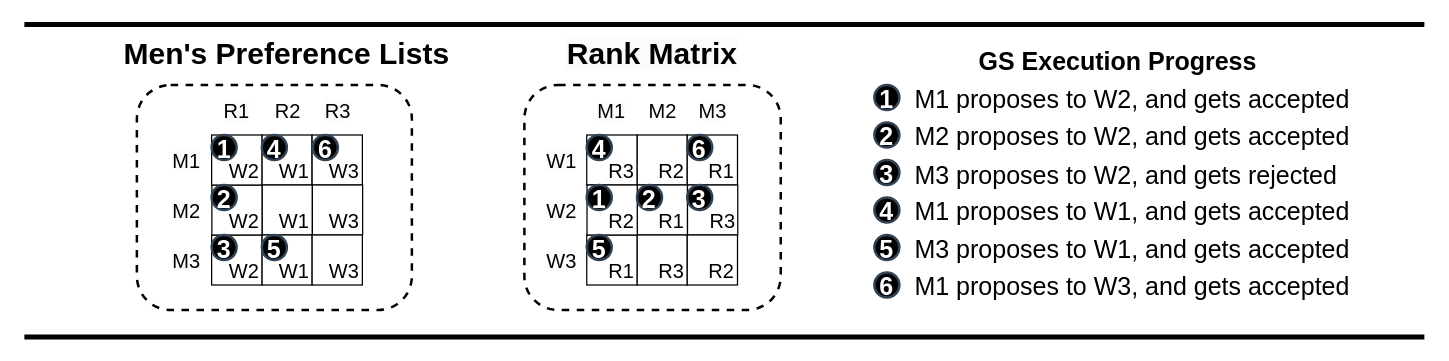
The draw.io diagram newGSExec.drawio in victorliu-sq/BambooSMP-Figures, before the edit. Source tidied: cells renumbered, new cells numbered last; positions are measured from the earlier drawing's top-left corner, leaving out a move shared by most shapes. Both pictures are drawn from the tidied source at 125%, with x=0, y=0 at pixel (24, 24).
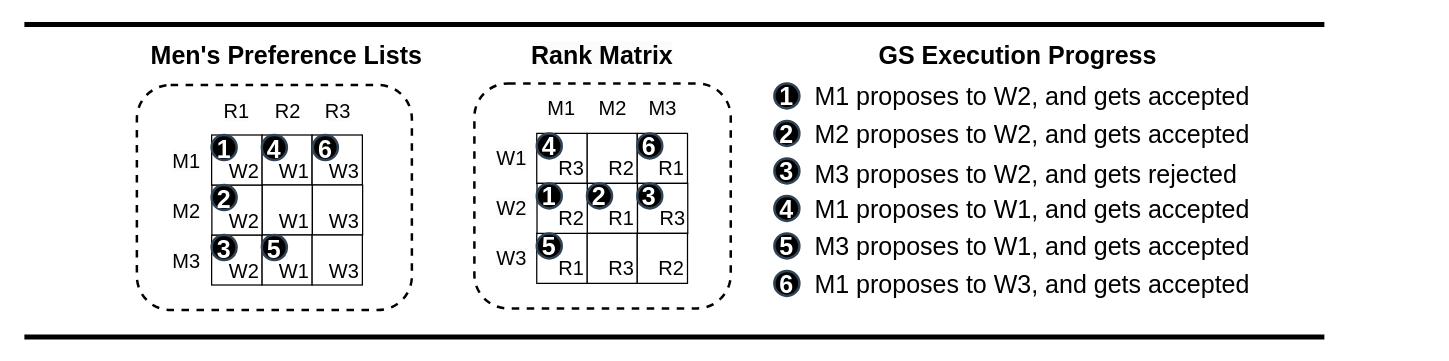
After the change.

Diff of the diagram source:
```diff
@@
     <mxCell id="3" style="rounded=1;whiteSpace=wrap;html=1;strokeWidth=2;dashed=1;" parent="1" vertex="1">
-      <mxGeometry x="400" y="48.5" width="205.1" height="180" as="geometry" />
+      <mxGeometry x="360" y="47.2" width="205.1" height="180" as="geometry" />
     </mxCell>
     <mxCell id="4" value="1" style="ellipse;whiteSpace=wrap;html=1;strokeColor=#314354;align=center;verticalAlign=middle;fontFamily=Helvetica;fontSize=20;fillColor=#000000;fontColor=#ffffff;fontStyle=1;strokeWidth=2;" parent="1" vertex="1">
-      <mxGeometry x="680" y="48.5" width="20" height="20" as="geometry" />
+      <mxGeometry x="600" y="47.2" width="20" height="20" as="geometry" />
     </mxCell>
     <mxCell id="5" value="2" style="ellipse;whiteSpace=wrap;html=1;strokeColor=#314354;align=center;verticalAlign=middle;fontFamily=Helvetica;fontSize=20;fillColor=#000000;fontColor=#ffffff;fontStyle=1;strokeWidth=2;" parent="1" vertex="1">
-      <mxGeometry x="680" y="78.5" width="20" height="20" as="geometry" />
+      <mxGeometry x="600" y="77.2" width="20" height="20" as="geometry" />
     </mxCell>
     <mxCell id="6" value="3" style="ellipse;whiteSpace=wrap;html=1;strokeColor=#314354;align=center;verticalAlign=middle;fontFamily=Helvetica;fontSize=20;fillColor=#000000;fontColor=#ffffff;fontStyle=1;strokeWidth=2;" parent="1" vertex="1">
-      <mxGeometry x="680" y="108.5" width="20" height="20" as="geometry" />
+      <mxGeometry x="600" y="107.2" width="20" height="20" as="geometry" />
     </mxCell>
     <mxCell id="7" value="4" style="ellipse;whiteSpace=wrap;html=1;strokeColor=#314354;align=center;verticalAlign=middle;fontFamily=Helvetica;fontSize=20;fillColor=#000000;fontColor=#ffffff;fontStyle=1;strokeWidth=2;" parent="1" vertex="1">
-      <mxGeometry x="680" y="138.5" width="20" height="20" as="geometry" />
+      <mxGeometry x="600" y="137.2" width="20" height="20" as="geometry" />
     </mxCell>
     <mxCell id="8" value="5" style="ellipse;whiteSpace=wrap;html=1;strokeColor=#314354;align=center;verticalAlign=middle;fontFamily=Helvetica;fontSize=20;fillColor=#000000;fontColor=#ffffff;fontStyle=1;strokeWidth=2;" parent="1" vertex="1">
-      <mxGeometry x="680" y="168.5" width="20" height="20" as="geometry" />
+      <mxGeometry x="600" y="167.2" width="20" height="20" as="geometry" />
     </mxCell>
     <mxCell id="9" value="6" style="ellipse;whiteSpace=wrap;html=1;strokeColor=#314354;align=center;verticalAlign=middle;fontFamily=Helvetica;fontSize=20;fillColor=#000000;fontColor=#ffffff;fontStyle=1;strokeWidth=2;" parent="1" vertex="1">
-      <mxGeometry x="680" y="198.5" width="20" height="20" as="geometry" />
+      <mxGeometry x="600" y="197.2" width="20" height="20" as="geometry" />
     </mxCell>
     <mxCell id="10" value="&lt;h1 style=&quot;font-size: 20px;&quot;&gt;&lt;span style=&quot;font-size: 20px; font-weight: 400;&quot;&gt;&amp;nbsp;M1 proposes to W2, and gets accepted&lt;/span&gt;&lt;/h1&gt;" style="text;strokeColor=none;align=left;fillColor=none;html=1;verticalAlign=middle;whiteSpace=wrap;rounded=0;fontFamily=Helvetica;fontSize=20;fontColor=default;" parent="1" vertex="1">
-      <mxGeometry x="705" y="43.5" width="405" height="30" as="geometry" />
+      <mxGeometry x="625" y="42.2" width="405" height="30" as="geometry" />
     </mxCell>
     <mxCell id="11" value="&lt;h1 style=&quot;font-size: 20px;&quot;&gt;&lt;span style=&quot;font-size: 20px; font-weight: 400;&quot;&gt;&amp;nbsp;M2 proposes to W2, and gets accepted&lt;/span&gt;&lt;/h1&gt;" style="text;strokeColor=none;align=left;fillColor=none;html=1;verticalAlign=middle;whiteSpace=wrap;rounded=0;fontFamily=Helvetica;fontSize=20;fontColor=default;" parent="1" vertex="1">
-      <mxGeometry x="705" y="73.5" width="365" height="30" as="geometry" />
+      <mxGeometry x="625" y="72.2" width="365" height="30" as="geometry" />
     </mxCell>
     <mxCell id="12" value="&lt;h1 style=&quot;font-size: 20px;&quot;&gt;&lt;span style=&quot;font-size: 20px; font-weight: 400;&quot;&gt;&amp;nbsp;M3 proposes to W2, and gets rejected&lt;/span&gt;&lt;/h1&gt;" style="text;strokeColor=none;align=left;fillColor=none;html=1;verticalAlign=middle;whiteSpace=wrap;rounded=0;fontFamily=Helvetica;fontSize=20;fontColor=default;" parent="1" vertex="1">
-      <mxGeometry x="705" y="105" width="365" height="30" as="geometry" />
+      <mxGeometry x="625" y="103.8" width="365" height="30" as="geometry" />
     </mxCell>
     <mxCell id="13" value="&lt;h1 style=&quot;font-size: 20px;&quot;&gt;&lt;span style=&quot;font-size: 20px; font-weight: 400;&quot;&gt;&amp;nbsp;M1 proposes to W1, and gets accepted&lt;/span&gt;&lt;/h1&gt;" style="text;strokeColor=none;align=left;fillColor=none;html=1;verticalAlign=middle;whiteSpace=wrap;rounded=0;fontFamily=Helvetica;fontSize=20;fontColor=default;" parent="1" vertex="1">
-      <mxGeometry x="705" y="133.5" width="365" height="30" as="geometry" />
+      <mxGeometry x="625" y="132.2" width="365" height="30" as="geometry" />
     </mxCell>
     <mxCell id="14" value="&lt;h1 style=&quot;font-size: 20px;&quot;&gt;&lt;span style=&quot;font-size: 20px; font-weight: 400;&quot;&gt;&amp;nbsp;M3 proposes to W1, and gets accepted&lt;/span&gt;&lt;/h1&gt;" style="text;strokeColor=none;align=left;fillColor=none;html=1;verticalAlign=middle;whiteSpace=wrap;rounded=0;fontFamily=Helvetica;fontSize=20;fontColor=default;" parent="1" vertex="1">
-      <mxGeometry x="705" y="163.5" width="365" height="30" as="geometry" />
+      <mxGeometry x="625" y="162.2" width="365" height="30" as="geometry" />
     </mxCell>
     <mxCell id="15" value="&lt;h1 style=&quot;font-size: 20px;&quot;&gt;&lt;span style=&quot;font-size: 20px; font-weight: 400;&quot;&gt;&amp;nbsp;M1 proposes to W3, and gets accepted&lt;/span&gt;&lt;/h1&gt;" style="text;strokeColor=none;align=left;fillColor=none;html=1;verticalAlign=middle;whiteSpace=wrap;rounded=0;fontFamily=Helvetica;fontSize=20;fontColor=default;" parent="1" vertex="1">
-      <mxGeometry x="705" y="193.5" width="365" height="30" as="geometry" />
+      <mxGeometry x="625" y="192.2" width="365" height="30" as="geometry" />
     </mxCell>
     <mxCell id="16" value="&lt;h1 style=&quot;font-size: 20px;&quot;&gt;&lt;span style=&quot;font-size: 20px;&quot;&gt;GS Execution Progress&lt;/span&gt;&lt;/h1&gt;" style="text;strokeColor=none;align=center;fillColor=none;html=1;verticalAlign=middle;whiteSpace=wrap;rounded=0;fontFamily=Helvetica;fontSize=20;fontColor=default;fontStyle=1;" parent="1" vertex="1">
-      <mxGeometry x="760" y="14" width="230" height="30" as="geometry" />
+      <mxGeometry x="680" y="9" width="230" height="30" as="geometry" />
     </mxCell>
     <mxCell id="17" style="endArrow=none;html=1;rounded=0;strokeWidth=4;" parent="1" edge="1">
       <mxGeometry relative="1" as="geometry">
         <mxPoint as="sourcePoint" />
-        <mxPoint x="1120" as="targetPoint" />
+        <mxPoint x="1040" as="targetPoint" />
       </mxGeometry>
     </mxCell>
     <mxCell id="18" style="endArrow=none;html=1;rounded=0;strokeWidth=4;" parent="1" edge="1">
       <mxGeometry relative="1" as="geometry">
         <mxPoint y="250" as="sourcePoint" />
-        <mxPoint x="1120" y="250" as="targetPoint" />
+        <mxPoint x="1040" y="250" as="targetPoint" />
       </mxGeometry>
     </mxCell>
@@
-    <mxCell id="26" value="&lt;span style=&quot;font-size: 24px; text-wrap: nowrap;&quot;&gt;&lt;span style=&quot;font-size: 24px;&quot;&gt;Men's Preference Lists&lt;/span&gt;&lt;/span&gt;" style="text;whiteSpace=wrap;html=1;align=center;strokeColor=none;verticalAlign=middle;strokeWidth=0;fontSize=24;fontStyle=1;" parent="1" vertex="1">
+    <mxCell id="26" value="&lt;span style=&quot;font-size: 20px; text-wrap: nowrap;&quot;&gt;&lt;span style=&quot;font-size: 20px;&quot;&gt;Men's Preference Lists&lt;/span&gt;&lt;/span&gt;" style="text;whiteSpace=wrap;html=1;align=center;strokeColor=none;verticalAlign=middle;strokeWidth=0;fontSize=20;fontStyle=1;" parent="1" vertex="1">
       <mxGeometry x="109.9" y="14" width="200.1" height="20" as="geometry" />
     </mxCell>
@@
     <mxCell id="35" value="R2" style="rounded=0;whiteSpace=wrap;html=1;fontSize=16;align=right;verticalAlign=bottom;" parent="1" vertex="1">
-      <mxGeometry x="490.1" y="88.5" width="40.2" height="40" as="geometry" />
+      <mxGeometry x="450.1" y="87.2" width="40.2" height="40" as="geometry" />
     </mxCell>
     <mxCell id="36" value="R1" style="rounded=0;whiteSpace=wrap;html=1;fontSize=16;align=right;verticalAlign=bottom;" parent="1" vertex="1">
-      <mxGeometry x="530.3" y="88.5" width="40.2" height="40" as="geometry" />
+      <mxGeometry x="490.3" y="87.2" width="40.2" height="40" as="geometry" />
     </mxCell>
     <mxCell id="37" value="R1" style="rounded=0;whiteSpace=wrap;html=1;fontSize=16;align=right;verticalAlign=bottom;" parent="1" vertex="1">
-      <mxGeometry x="490.3" y="128.5" width="40.2" height="40" as="geometry" />
+      <mxGeometry x="450.3" y="127.2" width="40.2" height="40" as="geometry" />
     </mxCell>
     <mxCell id="38" value="R3" style="rounded=0;whiteSpace=wrap;html=1;fontSize=16;align=right;verticalAlign=bottom;" parent="1" vertex="1">
-      <mxGeometry x="530.5" y="128.5" width="40.2" height="40" as="geometry" />
+      <mxGeometry x="490.5" y="127.2" width="40.2" height="40" as="geometry" />
     </mxCell>
     <mxCell id="39" value="R3" style="rounded=0;whiteSpace=wrap;html=1;fontSize=16;align=right;verticalAlign=bottom;" parent="1" vertex="1">
-      <mxGeometry x="490.1" y="168.5" width="40.2" height="40" as="geometry" />
+      <mxGeometry x="450.1" y="167.2" width="40.2" height="40" as="geometry" />
     </mxCell>
     <mxCell id="40" value="R2" style="rounded=0;whiteSpace=wrap;html=1;fontSize=16;align=right;verticalAlign=bottom;" parent="1" vertex="1">
-      <mxGeometry x="530.3" y="168.5" width="40.2" height="40" as="geometry" />
+      <mxGeometry x="490.3" y="167.2" width="40.2" height="40" as="geometry" />
     </mxCell>
     <mxCell id="41" value="R1" style="rounded=0;whiteSpace=wrap;html=1;strokeWidth=1;fontSize=16;align=right;verticalAlign=bottom;" parent="1" vertex="1">
-      <mxGeometry x="449.9" y="168.5" width="40.2" height="40" as="geometry" />
+      <mxGeometry x="409.9" y="167.2" width="40.2" height="40" as="geometry" />
     </mxCell>
     <mxCell id="42" value="R3" style="rounded=0;whiteSpace=wrap;html=1;strokeWidth=1;fontSize=16;align=right;verticalAlign=bottom;" parent="1" vertex="1">
-      <mxGeometry x="449.9" y="88.5" width="40.2" height="40" as="geometry" />
+      <mxGeometry x="409.9" y="87.2" width="40.2" height="40" as="geometry" />
     </mxCell>
-    <mxCell id="43" value="&lt;span style=&quot;color: rgb(0, 0, 0); font-family: Helvetica; font-size: 24px; font-style: normal; font-variant-ligatures: normal; font-variant-caps: normal; letter-spacing: normal; orphans: 2; text-indent: 0px; text-transform: none; widows: 2; word-spacing: 0px; -webkit-text-stroke-width: 0px; white-space: nowrap; background-color: rgb(251, 251, 251); text-decoration-thickness: initial; text-decoration-style: initial; text-decoration-color: initial; float: none; display: inline !important;&quot;&gt;Rank Matrix&lt;/span&gt;" style="text;whiteSpace=wrap;html=1;align=center;strokeColor=none;verticalAlign=middle;strokeWidth=0;fontSize=24;fontStyle=1;" parent="1" vertex="1">
-      <mxGeometry x="462.9" y="14" width="79.2" height="20" as="geometry" />
+    <mxCell id="43" value="&lt;span style=&quot;color: rgb(0, 0, 0); font-family: Helvetica; font-size: 20px; font-style: normal; font-variant-ligatures: normal; font-variant-caps: normal; letter-spacing: normal; orphans: 2; text-indent: 0px; text-transform: none; widows: 2; word-spacing: 0px; -webkit-text-stroke-width: 0px; white-space: nowrap; background-color: rgb(251, 251, 251); text-decoration-thickness: initial; text-decoration-style: initial; text-decoration-color: initial; float: none; display: inline !important;&quot;&gt;Rank Matrix&lt;/span&gt;" style="text;whiteSpace=wrap;html=1;align=center;strokeColor=none;verticalAlign=middle;strokeWidth=0;fontSize=20;fontStyle=1;" parent="1" vertex="1">
+      <mxGeometry x="422.9" y="14" width="79.2" height="20" as="geometry" />
     </mxCell>
     <mxCell id="44" value="&lt;span style=&quot;color: rgb(0, 0, 0); font-family: Helvetica; font-size: 16px; font-style: normal; font-variant-ligatures: normal; font-variant-caps: normal; font-weight: 400; letter-spacing: normal; orphans: 2; text-indent: 0px; text-transform: none; widows: 2; word-spacing: 0px; -webkit-text-stroke-width: 0px; white-space: normal; background-color: rgb(251, 251, 251); text-decoration-thickness: initial; text-decoration-style: initial; text-decoration-color: initial; float: none; display: inline !important;&quot;&gt;W1&lt;/span&gt;" style="text;whiteSpace=wrap;html=1;align=center;verticalAlign=middle;fontSize=16;" parent="1" vertex="1">
-      <mxGeometry x="410.1" y="88.5" width="40" height="40" as="geometry" />
+      <mxGeometry x="370.1" y="87.2" width="40" height="40" as="geometry" />
     </mxCell>
     <mxCell id="45" value="&lt;span style=&quot;color: rgb(0, 0, 0); font-family: Helvetica; font-size: 16px; font-style: normal; font-variant-ligatures: normal; font-variant-caps: normal; font-weight: 400; letter-spacing: normal; orphans: 2; text-indent: 0px; text-transform: none; widows: 2; word-spacing: 0px; -webkit-text-stroke-width: 0px; white-space: normal; background-color: rgb(251, 251, 251); text-decoration-thickness: initial; text-decoration-style: initial; text-decoration-color: initial; float: none; display: inline !important;&quot;&gt;W2&lt;/span&gt;" style="text;whiteSpace=wrap;html=1;align=center;verticalAlign=middle;fontSize=16;" parent="1" vertex="1">
-      <mxGeometry x="410.1" y="128.5" width="40" height="40" as="geometry" />
+      <mxGeometry x="370.1" y="127.2" width="40" height="40" as="geometry" />
     </mxCell>
     <mxCell id="46" value="&lt;span style=&quot;color: rgb(0, 0, 0); font-family: Helvetica; font-size: 16px; font-style: normal; font-variant-ligatures: normal; font-variant-caps: normal; font-weight: 400; letter-spacing: normal; orphans: 2; text-indent: 0px; text-transform: none; widows: 2; word-spacing: 0px; -webkit-text-stroke-width: 0px; white-space: normal; background-color: rgb(251, 251, 251); text-decoration-thickness: initial; text-decoration-style: initial; text-decoration-color: initial; float: none; display: inline !important;&quot;&gt;W3&lt;/span&gt;" style="text;whiteSpace=wrap;html=1;align=center;verticalAlign=middle;fontSize=16;" parent="1" vertex="1">
-      <mxGeometry x="410.1" y="168.5" width="40" height="40" as="geometry" />
+      <mxGeometry x="370.1" y="167.2" width="40" height="40" as="geometry" />
     </mxCell>
     <mxCell id="47" value="&lt;span style=&quot;color: rgb(0, 0, 0); font-family: Helvetica; font-size: 16px; font-style: normal; font-variant-ligatures: normal; font-variant-caps: normal; font-weight: 400; letter-spacing: normal; orphans: 2; text-indent: 0px; text-transform: none; widows: 2; word-spacing: 0px; -webkit-text-stroke-width: 0px; white-space: normal; background-color: rgb(251, 251, 251); text-decoration-thickness: initial; text-decoration-style: initial; text-decoration-color: initial; float: none; display: inline !important;&quot;&gt;M1&lt;/span&gt;" style="text;whiteSpace=wrap;html=1;align=center;verticalAlign=middle;fontSize=16;" parent="1" vertex="1">
-      <mxGeometry x="450.3" y="48.5" width="40" height="40" as="geometry" />
+      <mxGeometry x="410.3" y="47.2" width="40" height="40" as="geometry" />
     </mxCell>
     <mxCell id="48" value="M2" style="text;whiteSpace=wrap;html=1;align=center;verticalAlign=middle;fontSize=16;" parent="1" vertex="1">
-      <mxGeometry x="490.9" y="48.5" width="40" height="40" as="geometry" />
+      <mxGeometry x="450.9" y="47.2" width="40" height="40" as="geometry" />
     </mxCell>
     <mxCell id="49" value="&lt;span style=&quot;color: rgb(0, 0, 0); font-family: Helvetica; font-size: 16px; font-style: normal; font-variant-ligatures: normal; font-variant-caps: normal; font-weight: 400; letter-spacing: normal; orphans: 2; text-indent: 0px; text-transform: none; widows: 2; word-spacing: 0px; -webkit-text-stroke-width: 0px; white-space: normal; background-color: rgb(251, 251, 251); text-decoration-thickness: initial; text-decoration-style: initial; text-decoration-color: initial; float: none; display: inline !important;&quot;&gt;M3&lt;/span&gt;" style="text;whiteSpace=wrap;html=1;align=center;verticalAlign=middle;fontSize=16;" parent="1" vertex="1">
-      <mxGeometry x="530.7" y="48.5" width="40" height="40" as="geometry" />
+      <mxGeometry x="490.7" y="47.2" width="40" height="40" as="geometry" />
     </mxCell>
     <mxCell id="50" value="&lt;span style=&quot;font-size: 16px;&quot;&gt;R2&lt;/span&gt;" style="rounded=0;whiteSpace=wrap;html=1;strokeWidth=1;fontSize=16;strokeColor=default;align=right;verticalAlign=bottom;fontFamily=Helvetica;fontColor=default;fillColor=default;fontStyle=0;" parent="1" vertex="1">
-      <mxGeometry x="450.1" y="128.5" width="40.2" height="40" as="geometry" />
+      <mxGeometry x="410.1" y="127.2" width="40.2" height="40" as="geometry" />
     </mxCell>
@@
     <mxCell id="57" value="1" style="ellipse;whiteSpace=wrap;html=1;strokeColor=#314354;align=center;verticalAlign=middle;fontFamily=Helvetica;fontSize=20;fillColor=#000000;fontColor=#ffffff;fontStyle=1;strokeWidth=2;" parent="1" vertex="1">
-      <mxGeometry x="449.9" y="128.5" width="20" height="20" as="geometry" />
+      <mxGeometry x="409.9" y="127.2" width="20" height="20" as="geometry" />
     </mxCell>
     <mxCell id="58" value="5" style="ellipse;whiteSpace=wrap;html=1;strokeColor=#314354;align=center;verticalAlign=middle;fontFamily=Helvetica;fontSize=20;fillColor=#000000;fontColor=#ffffff;fontStyle=1;strokeWidth=2;" parent="1" vertex="1">
-      <mxGeometry x="449.9" y="168.5" width="20" height="20" as="geometry" />
+      <mxGeometry x="409.9" y="167.2" width="20" height="20" as="geometry" />
     </mxCell>
     <mxCell id="59" value="4" style="ellipse;whiteSpace=wrap;html=1;strokeColor=#314354;align=center;verticalAlign=middle;fontFamily=Helvetica;fontSize=20;fillColor=#000000;fontColor=#ffffff;fontStyle=1;strokeWidth=2;" parent="1" vertex="1">
-      <mxGeometry x="449.9" y="88.5" width="20" height="20" as="geometry" />
+      <mxGeometry x="409.9" y="87.2" width="20" height="20" as="geometry" />
     </mxCell>
     <mxCell id="60" value="2" style="ellipse;whiteSpace=wrap;html=1;strokeColor=#314354;align=center;verticalAlign=middle;fontFamily=Helvetica;fontSize=20;fillColor=#000000;fontColor=#ffffff;fontStyle=1;strokeWidth=2;" parent="1" vertex="1">
-      <mxGeometry x="490.1" y="128.5" width="20" height="20" as="geometry" />
+      <mxGeometry x="450.1" y="127.2" width="20" height="20" as="geometry" />
     </mxCell>
     <mxCell id="61" value="3" style="ellipse;whiteSpace=wrap;html=1;strokeColor=#314354;align=center;verticalAlign=middle;fontFamily=Helvetica;fontSize=20;fillColor=#000000;fontColor=#ffffff;fontStyle=1;spacing=0;strokeWidth=2;" parent="1" vertex="1">
-      <mxGeometry x="530.3" y="128.5" width="20" height="20" as="geometry" />
+      <mxGeometry x="490.3" y="127.2" width="20" height="20" as="geometry" />
     </mxCell>
     <mxCell id="62" value="6" style="ellipse;whiteSpace=wrap;html=1;strokeColor=#314354;align=center;verticalAlign=middle;fontFamily=Helvetica;fontSize=20;fillColor=#000000;fontColor=#ffffff;fontStyle=1;strokeWidth=2;" parent="1" vertex="1">
-      <mxGeometry x="530.3" y="88.5" width="20" height="20" as="geometry" />
+      <mxGeometry x="490.3" y="87.2" width="20" height="20" as="geometry" />
     </mxCell>
```
